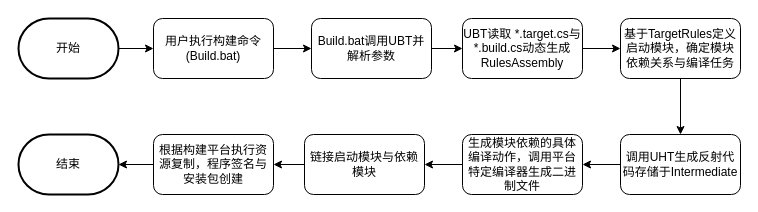
The draw.io diagram UBT构建流程.drawio in xiqiniu/xiqiniu.github.io, before the edit. Source tidied: cells renumbered, new cells numbered last; positions are measured from the earlier drawing's top-left corner, leaving out a move shared by most shapes. Both pictures are drawn from the tidied source at 100%, with x=0, y=0 at pixel (18, 18).
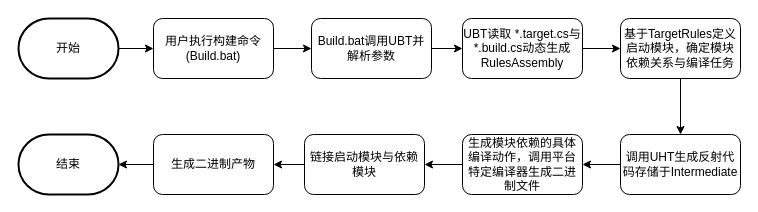
The same diagram, later.

Commit message:
更新UBT构建流程.drawio

Change to the diagram source:
```diff
@@
-    <mxCell id="17" value="根据构建平台执行资源复制，程序签名与安装包创建" style="whiteSpace=wrap;html=1;rounded=1;" parent="1" vertex="1">
+    <mxCell id="17" value="生成二进制产物" style="whiteSpace=wrap;html=1;rounded=1;" parent="1" vertex="1">
       <mxGeometry x="135" y="116" width="120" height="60" as="geometry" />
     </mxCell>
```
